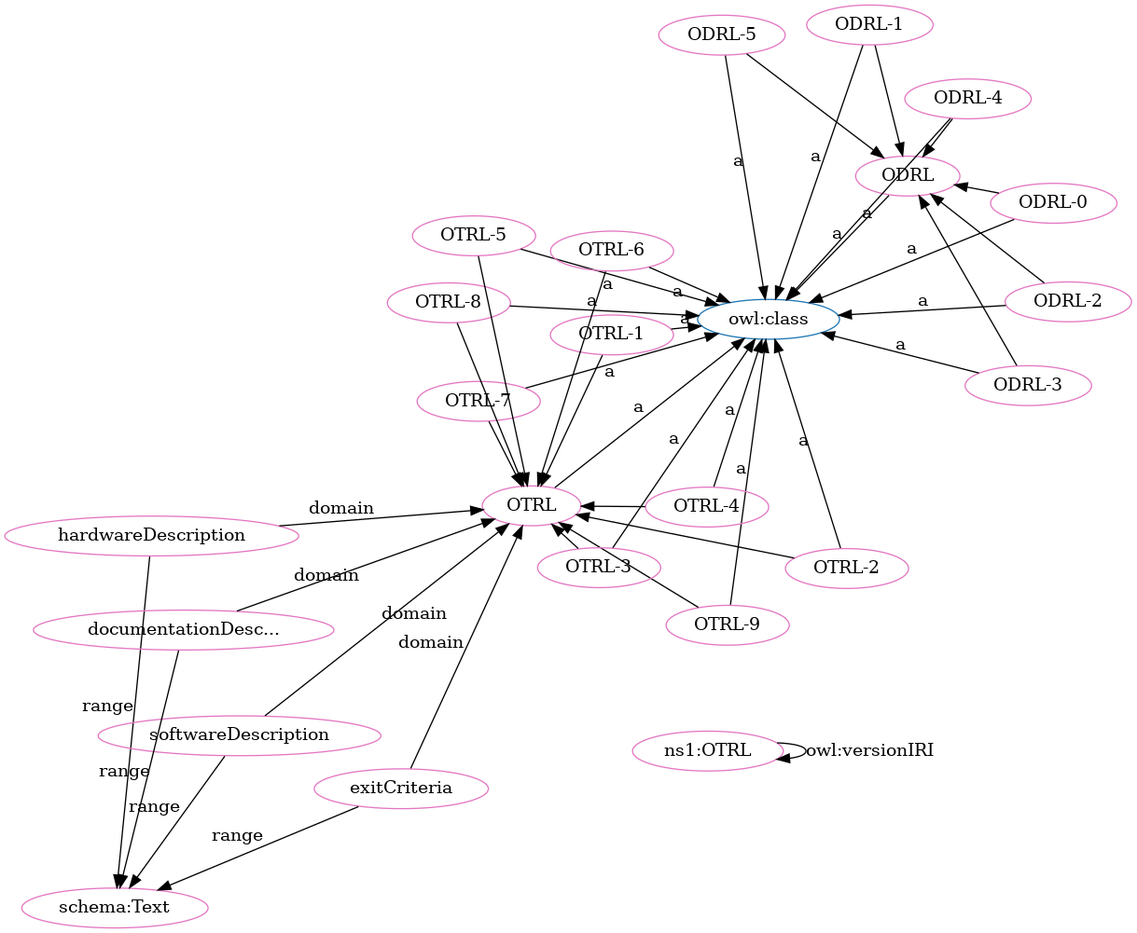
Before: OTRL-clean.png, a diagram exported from Graphviz (OPEN-NEXT/OKH-LOSH). Its source is kept beside it as OTRL-clean.dot.
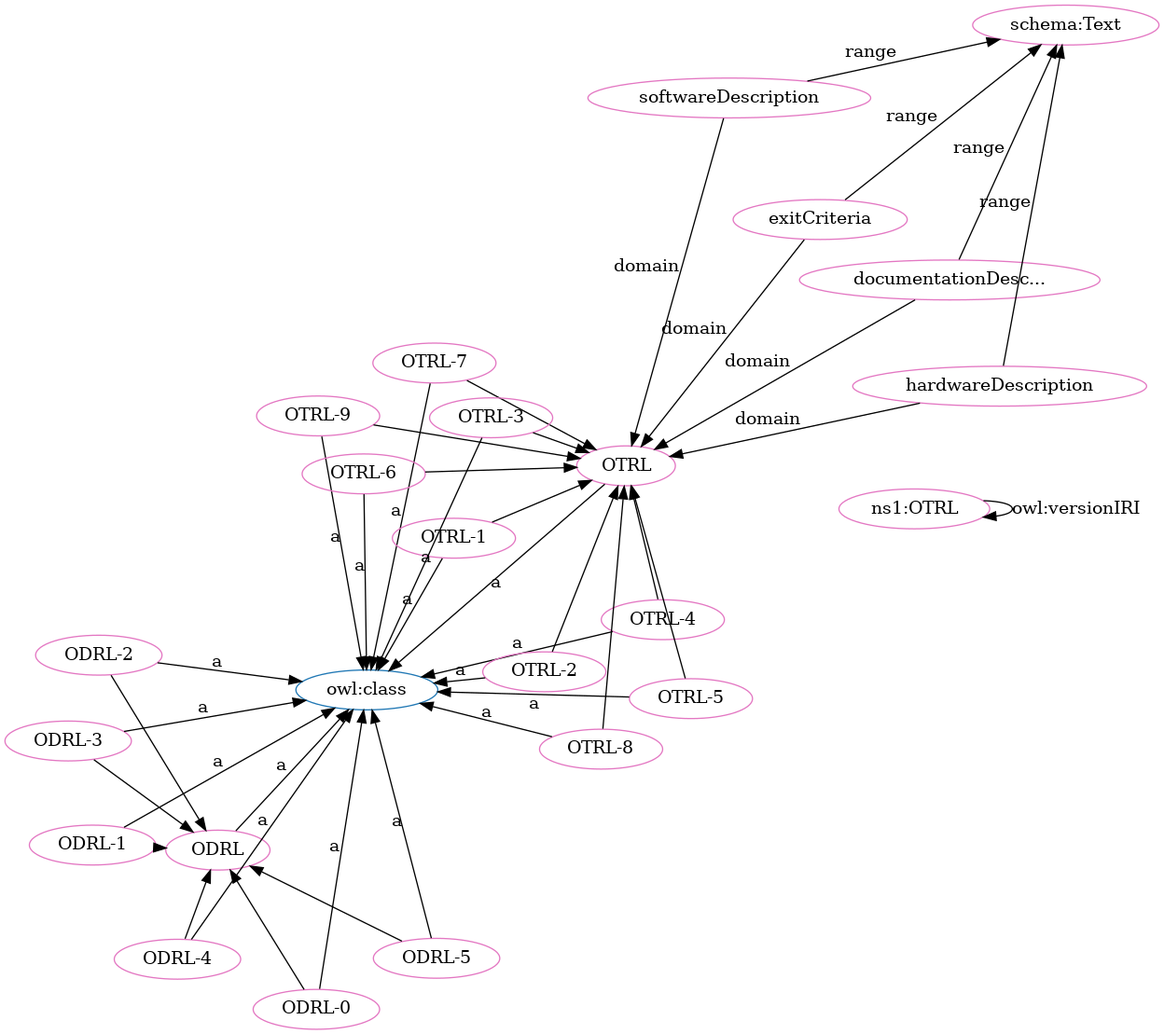
The same diagram one commit later.

Change to the diagram source:
```diff
@@ -1,71 +1,71 @@
 digraph G {
   rankdir=BT
   node[height=.3]
-"http://www.w3.org/2002/07/owl#class" [fillcolor="#1f77b4" color="#1f77b4" label="owl:class"]
 "http://purl.org/oseg/ontologies/OTRL#ODRL" [fillcolor="#1f77b4" color="#1f77b4" label="ODRL"]
 "http://purl.org/oseg/ontologies/OTRL#OTRL" [fillcolor="#1f77b4" color="#1f77b4" label="OTRL"]
+"http://www.w3.org/2002/07/owl#class" [fillcolor="#1f77b4" color="#1f77b4" label="owl:class"]
+"http://schema.org/Text" [fillcolor="#e377c2" color="#e377c2" label="schema:Text"]
 "http://purl.org/oseg/ontologies/OTRL#OTRL" [fillcolor="#e377c2" color="#e377c2" label="OTRL"]
+"http://purl.org/oseg/ontologies/OTRL#OTRL-4" [fillcolor="#e377c2" color="#e377c2" label="OTRL-4"]
+"http://purl.org/oseg/ontologies/OTRL" [fillcolor="#e377c2" color="#e377c2" label="ns1:OTRL"]
+"http://purl.org/oseg/ontologies/OTRL#OTRL-8" [fillcolor="#e377c2" color="#e377c2" label="OTRL-8"]
 "http://purl.org/oseg/ontologies/OTRL#ODRL" [fillcolor="#e377c2" color="#e377c2" label="ODRL"]
+"http://purl.org/oseg/ontologies/OTRL#ODRL-4" [fillcolor="#e377c2" color="#e377c2" label="ODRL-4"]
 "http://purl.org/oseg/ontologies/OTRL#ODRL-0" [fillcolor="#e377c2" color="#e377c2" label="ODRL-0"]
-"http://schema.org/Text" [fillcolor="#e377c2" color="#e377c2" label="schema:Text"]
-"http://purl.org/oseg/ontologies/OTRL#ODRL-5" [fillcolor="#e377c2" color="#e377c2" label="ODRL-5"]
-"http://purl.org/oseg/ontologies/OTRL#exitCriteria" [fillcolor="#e377c2" color="#e377c2" label="exitCriteria"]
-"http://purl.org/oseg/ontologies/OTRL#ODRL-2" [fillcolor="#e377c2" color="#e377c2" label="ODRL-2"]
-"http://purl.org/oseg/ontologies/OTRL#ODRL-1" [fillcolor="#e377c2" color="#e377c2" label="ODRL-1"]
 "http://purl.org/oseg/ontologies/OTRL#OTRL-9" [fillcolor="#e377c2" color="#e377c2" label="OTRL-9"]
 "http://purl.org/oseg/ontologies/OTRL#OTRL-7" [fillcolor="#e377c2" color="#e377c2" label="OTRL-7"]
+"http://purl.org/oseg/ontologies/OTRL#ODRL-5" [fillcolor="#e377c2" color="#e377c2" label="ODRL-5"]
+"http://purl.org/oseg/ontologies/OTRL#OTRL-1" [fillcolor="#e377c2" color="#e377c2" label="OTRL-1"]
+"http://purl.org/oseg/ontologies/OTRL#ODRL-3" [fillcolor="#e377c2" color="#e377c2" label="ODRL-3"]
+"http://purl.org/oseg/ontologies/OTRL#documentationDescription" [fillcolor="#e377c2" color="#e377c2" label="documentationDesc..."]
+"http://purl.org/oseg/ontologies/OTRL#exitCriteria" [fillcolor="#e377c2" color="#e377c2" label="exitCriteria"]
+"http://purl.org/oseg/ontologies/OTRL#OTRL-5" [fillcolor="#e377c2" color="#e377c2" label="OTRL-5"]
 "http://purl.org/oseg/ontologies/OTRL#hardwareDescription" [fillcolor="#e377c2" color="#e377c2" label="hardwareDescription"]
-"http://purl.org/oseg/ontologies/OTRL#OTRL-1" [fillcolor="#e377c2" color="#e377c2" label="OTRL-1"]
-"http://purl.org/oseg/ontologies/OTRL" [fillcolor="#e377c2" color="#e377c2" label="ns1:OTRL"]
-"http://purl.org/oseg/ontologies/OTRL#ODRL-3" [fillcolor="#e377c2" color="#e377c2" label="ODRL-3"]
-"http://purl.org/oseg/ontologies/OTRL#OTRL-8" [fillcolor="#e377c2" color="#e377c2" label="OTRL-8"]
+"http://purl.org/oseg/ontologies/OTRL#softwareDescription" [fillcolor="#e377c2" color="#e377c2" label="softwareDescription"]
+"http://purl.org/oseg/ontologies/OTRL#ODRL-1" [fillcolor="#e377c2" color="#e377c2" label="ODRL-1"]
+"http://purl.org/oseg/ontologies/OTRL#OTRL-6" [fillcolor="#e377c2" color="#e377c2" label="OTRL-6"]
 "http://purl.org/oseg/ontologies/OTRL#OTRL-3" [fillcolor="#e377c2" color="#e377c2" label="OTRL-3"]
 "http://purl.org/oseg/ontologies/OTRL#OTRL-2" [fillcolor="#e377c2" color="#e377c2" label="OTRL-2"]
-"http://purl.org/oseg/ontologies/OTRL#ODRL-4" [fillcolor="#e377c2" color="#e377c2" label="ODRL-4"]
-"http://purl.org/oseg/ontologies/OTRL#OTRL-5" [fillcolor="#e377c2" color="#e377c2" label="OTRL-5"]
-"http://purl.org/oseg/ontologies/OTRL#OTRL-6" [fillcolor="#e377c2" color="#e377c2" label="OTRL-6"]
-"http://purl.org/oseg/ontologies/OTRL#softwareDescription" [fillcolor="#e377c2" color="#e377c2" label="softwareDescription"]
-"http://purl.org/oseg/ontologies/OTRL#documentationDescription" [fillcolor="#e377c2" color="#e377c2" label="documentationDesc..."]
-"http://purl.org/oseg/ontologies/OTRL#OTRL-4" [fillcolor="#e377c2" color="#e377c2" label="OTRL-4"]
+"http://purl.org/oseg/ontologies/OTRL#ODRL-2" [fillcolor="#e377c2" color="#e377c2" label="ODRL-2"]
+  "http://purl.org/oseg/ontologies/OTRL#softwareDescription" -> "http://schema.org/Text" [label="range"]
+  "http://purl.org/oseg/ontologies/OTRL#OTRL-2" -> "http://purl.org/oseg/ontologies/OTRL#OTRL" [label=""]
   "http://purl.org/oseg/ontologies/OTRL#exitCriteria" -> "http://purl.org/oseg/ontologies/OTRL#OTRL" [label="domain"]
+  "http://purl.org/oseg/ontologies/OTRL#OTRL-8" -> "http://www.w3.org/2002/07/owl#class" [label="a"]
+  "http://purl.org/oseg/ontologies/OTRL#ODRL-4" -> "http://purl.org/oseg/ontologies/OTRL#ODRL" [label=""]
+  "http://purl.org/oseg/ontologies/OTRL#OTRL-6" -> "http://purl.org/oseg/ontologies/OTRL#OTRL" [label=""]
   "http://purl.org/oseg/ontologies/OTRL#ODRL-0" -> "http://www.w3.org/2002/07/owl#class" [label="a"]
+  "http://purl.org/oseg/ontologies/OTRL#ODRL-5" -> "http://www.w3.org/2002/07/owl#class" [label="a"]
+  "http://purl.org/oseg/ontologies/OTRL#OTRL-1" -> "http://www.w3.org/2002/07/owl#class" [label="a"]
+  "http://purl.org/oseg/ontologies/OTRL#OTRL-9" -> "http://purl.org/oseg/ontologies/OTRL#OTRL" [label=""]
+  "http://purl.org/oseg/ontologies/OTRL#documentationDescription" -> "http://purl.org/oseg/ontologies/OTRL#OTRL" [label="domain"]
+  "http://purl.org/oseg/ontologies/OTRL#OTRL-7" -> "http://purl.org/oseg/ontologies/OTRL#OTRL" [label=""]
+  "http://purl.org/oseg/ontologies/OTRL#OTRL-5" -> "http://www.w3.org/2002/07/owl#class" [label="a"]
+  "http://purl.org/oseg/ontologies/OTRL#ODRL-1" -> "http://www.w3.org/2002/07/owl#class" [label="a"]
+  "http://purl.org/oseg/ontologies/OTRL#ODRL-1" -> "http://purl.org/oseg/ontologies/OTRL#ODRL" [label=""]
+  "http://purl.org/oseg/ontologies/OTRL#ODRL" -> "http://www.w3.org/2002/07/owl#class" [label="a"]
+  "http://purl.org/oseg/ontologies/OTRL" -> "http://purl.org/oseg/ontologies/OTRL" [label="owl:versionIRI"]
+  "http://purl.org/oseg/ontologies/OTRL#OTRL-3" -> "http://www.w3.org/2002/07/owl#class" [label="a"]
+  "http://purl.org/oseg/ontologies/OTRL#OTRL-2" -> "http://www.w3.org/2002/07/owl#class" [label="a"]
+  "http://purl.org/oseg/ontologies/OTRL#OTRL-3" -> "http://purl.org/oseg/ontologies/OTRL#OTRL" [label=""]
+  "http://purl.org/oseg/ontologies/OTRL#ODRL-3" -> "http://purl.org/oseg/ontologies/OTRL#ODRL" [label=""]
+  "http://purl.org/oseg/ontologies/OTRL#documentationDescription" -> "http://schema.org/Text" [label="range"]
   "http://purl.org/oseg/ontologies/OTRL#exitCriteria" -> "http://schema.org/Text" [label="range"]
-  "http://purl.org/oseg/ontologies/OTRL#ODRL-5" -> "http://www.w3.org/2002/07/owl#class" [label="a"]
-  "http://purl.org/oseg/ontologies/OTRL#OTRL-7" -> "http://purl.org/oseg/ontologies/OTRL#OTRL" [label=""]
+  "http://purl.org/oseg/ontologies/OTRL#hardwareDescription" -> "http://schema.org/Text" [label="range"]
+  "http://purl.org/oseg/ontologies/OTRL#OTRL-4" -> "http://www.w3.org/2002/07/owl#class" [label="a"]
   "http://purl.org/oseg/ontologies/OTRL#OTRL-1" -> "http://purl.org/oseg/ontologies/OTRL#OTRL" [label=""]
-  "http://purl.org/oseg/ontologies/OTRL#documentationDescription" -> "http://schema.org/Text" [label="range"]
-  "http://purl.org/oseg/ontologies/OTRL#ODRL-2" -> "http://www.w3.org/2002/07/owl#class" [label="a"]
-  "http://purl.org/oseg/ontologies/OTRL#OTRL-3" -> "http://purl.org/oseg/ontologies/OTRL#OTRL" [label=""]
-  "http://purl.org/oseg/ontologies/OTRL#OTRL-6" -> "http://purl.org/oseg/ontologies/OTRL#OTRL" [label=""]
+  "http://purl.org/oseg/ontologies/OTRL#OTRL-5" -> "http://purl.org/oseg/ontologies/OTRL#OTRL" [label=""]
+  "http://purl.org/oseg/ontologies/OTRL#ODRL-0" -> "http://purl.org/oseg/ontologies/OTRL#ODRL" [label=""]
+  "http://purl.org/oseg/ontologies/OTRL#ODRL-4" -> "http://www.w3.org/2002/07/owl#class" [label="a"]
+  "http://purl.org/oseg/ontologies/OTRL#OTRL-8" -> "http://purl.org/oseg/ontologies/OTRL#OTRL" [label=""]
   "http://purl.org/oseg/ontologies/OTRL#OTRL-9" -> "http://www.w3.org/2002/07/owl#class" [label="a"]
   "http://purl.org/oseg/ontologies/OTRL#OTRL-7" -> "http://www.w3.org/2002/07/owl#class" [label="a"]
-  "http://purl.org/oseg/ontologies/OTRL#OTRL-1" -> "http://www.w3.org/2002/07/owl#class" [label="a"]
-  "http://purl.org/oseg/ontologies/OTRL#OTRL-3" -> "http://www.w3.org/2002/07/owl#class" [label="a"]
-  "http://purl.org/oseg/ontologies/OTRL#ODRL-4" -> "http://purl.org/oseg/ontologies/OTRL#ODRL" [label=""]
+  "http://purl.org/oseg/ontologies/OTRL#ODRL-3" -> "http://www.w3.org/2002/07/owl#class" [label="a"]
+  "http://purl.org/oseg/ontologies/OTRL#hardwareDescription" -> "http://purl.org/oseg/ontologies/OTRL#OTRL" [label="domain"]
+  "http://purl.org/oseg/ontologies/OTRL#softwareDescription" -> "http://purl.org/oseg/ontologies/OTRL#OTRL" [label="domain"]
   "http://purl.org/oseg/ontologies/OTRL#OTRL-4" -> "http://purl.org/oseg/ontologies/OTRL#OTRL" [label=""]
-  "http://purl.org/oseg/ontologies/OTRL#ODRL-1" -> "http://purl.org/oseg/ontologies/OTRL#ODRL" [label=""]
   "http://purl.org/oseg/ontologies/OTRL#OTRL-6" -> "http://www.w3.org/2002/07/owl#class" [label="a"]
-  "http://purl.org/oseg/ontologies/OTRL#softwareDescription" -> "http://schema.org/Text" [label="range"]
-  "http://purl.org/oseg/ontologies/OTRL#OTRL-2" -> "http://purl.org/oseg/ontologies/OTRL#OTRL" [label=""]
-  "http://purl.org/oseg/ontologies/OTRL#ODRL" -> "http://www.w3.org/2002/07/owl#class" [label="a"]
-  "http://purl.org/oseg/ontologies/OTRL#ODRL-3" -> "http://purl.org/oseg/ontologies/OTRL#ODRL" [label=""]
-  "http://purl.org/oseg/ontologies/OTRL#OTRL-4" -> "http://www.w3.org/2002/07/owl#class" [label="a"]
-  "http://purl.org/oseg/ontologies/OTRL#documentationDescription" -> "http://purl.org/oseg/ontologies/OTRL#OTRL" [label="domain"]
   "http://purl.org/oseg/ontologies/OTRL#ODRL-5" -> "http://purl.org/oseg/ontologies/OTRL#ODRL" [label=""]
-  "http://purl.org/oseg/ontologies/OTRL#hardwareDescription" -> "http://purl.org/oseg/ontologies/OTRL#OTRL" [label="domain"]
-  "http://purl.org/oseg/ontologies/OTRL#OTRL-8" -> "http://purl.org/oseg/ontologies/OTRL#OTRL" [label=""]
-  "http://purl.org/oseg/ontologies/OTRL#ODRL-1" -> "http://www.w3.org/2002/07/owl#class" [label="a"]
-  "http://purl.org/oseg/ontologies/OTRL#OTRL-5" -> "http://purl.org/oseg/ontologies/OTRL#OTRL" [label=""]
-  "http://purl.org/oseg/ontologies/OTRL#ODRL-0" -> "http://purl.org/oseg/ontologies/OTRL#ODRL" [label=""]
-  "http://purl.org/oseg/ontologies/OTRL#ODRL-3" -> "http://www.w3.org/2002/07/owl#class" [label="a"]
   "http://purl.org/oseg/ontologies/OTRL#OTRL" -> "http://www.w3.org/2002/07/owl#class" [label="a"]
-  "http://purl.org/oseg/ontologies/OTRL" -> "http://purl.org/oseg/ontologies/OTRL" [label="owl:versionIRI"]
-  "http://purl.org/oseg/ontologies/OTRL#OTRL-8" -> "http://www.w3.org/2002/07/owl#class" [label="a"]
-  "http://purl.org/oseg/ontologies/OTRL#OTRL-2" -> "http://www.w3.org/2002/07/owl#class" [label="a"]
-  "http://purl.org/oseg/ontologies/OTRL#OTRL-9" -> "http://purl.org/oseg/ontologies/OTRL#OTRL" [label=""]
+  "http://purl.org/oseg/ontologies/OTRL#ODRL-2" -> "http://www.w3.org/2002/07/owl#class" [label="a"]
   "http://purl.org/oseg/ontologies/OTRL#ODRL-2" -> "http://purl.org/oseg/ontologies/OTRL#ODRL" [label=""]
-  "http://purl.org/oseg/ontologies/OTRL#ODRL-4" -> "http://www.w3.org/2002/07/owl#class" [label="a"]
-  "http://purl.org/oseg/ontologies/OTRL#OTRL-5" -> "http://www.w3.org/2002/07/owl#class" [label="a"]
-  "http://purl.org/oseg/ontologies/OTRL#hardwareDescription" -> "http://schema.org/Text" [label="range"]
-  "http://purl.org/oseg/ontologies/OTRL#softwareDescription" -> "http://purl.org/oseg/ontologies/OTRL#OTRL" [label="domain"]
 }
```
